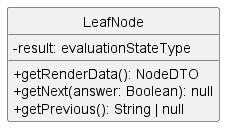
GroupRubberDuck/Documentazione keeps this PlantUML diagram as src/PB/DocumentazioneEsterna/Specifica_Tecnica/content/05-diagrammi-classi/uml/png/frontend/LeafNode.png. Above is the earlier version.
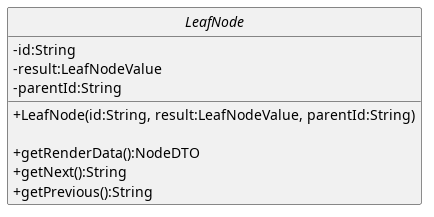
The same diagram one commit later.

What changed in the source:
```diff
@@ -1,12 +1,22 @@
-@startuml LeafNode
+@startuml
+skinparam linetype ortho
+skinparam nodesep 80
+skinparam ranksep 100
 skinparam classAttributeIconSize 0
+skinparam packageStyle rectangle
 skinparam style strictuml
 
-class LeafNode {
-  - result: evaluationStateType
-  + getRenderData(): NodeDTO
-  + getNext(answer: Boolean): null
-  + getPrevious(): String | null
+interface LeafNode{
+
+
+        -id:String
+        -result:LeafNodeValue
+        -parentId:String
+        +LeafNode(id:String, result:LeafNodeValue, parentId:String)
+
+        + getRenderData():NodeDTO
+        + getNext():String
+        + getPrevious():String
 }
 
 @enduml
```
